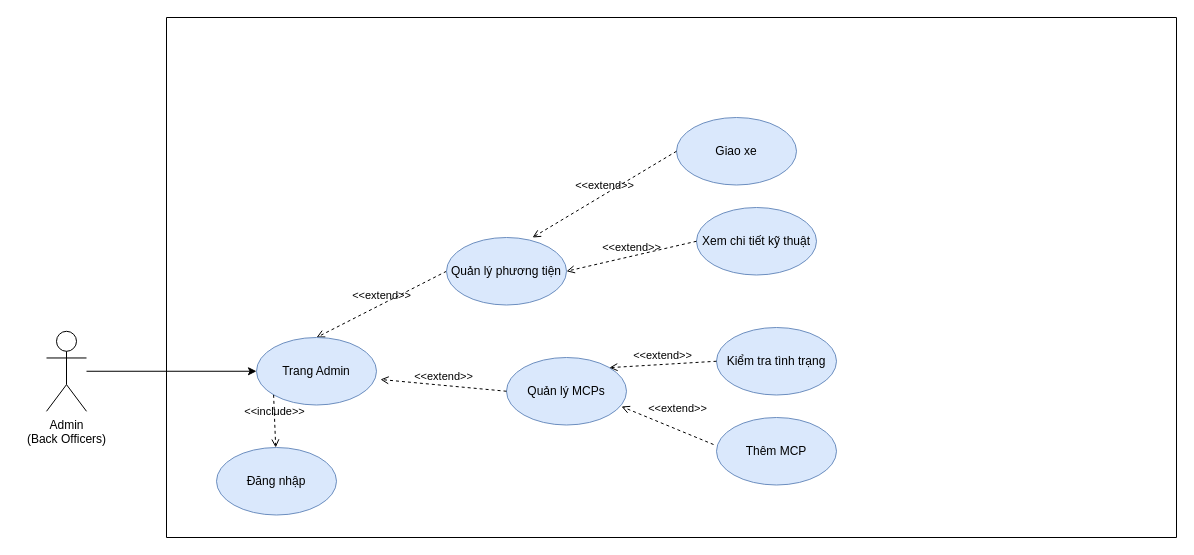
Earlier version of the draw.io diagram Task 1/1.3/Manage-Vehicles-and-MCPs.drawio (astr0tas/SE-with-Da-Bois---UWC-2.0). Source tidied: cells renumbered, new cells numbered last; positions are measured from the earlier drawing's top-left corner, leaving out a move shared by most shapes. Both pictures are drawn from the tidied source at 100%, with x=0, y=0 at pixel (46, 17).
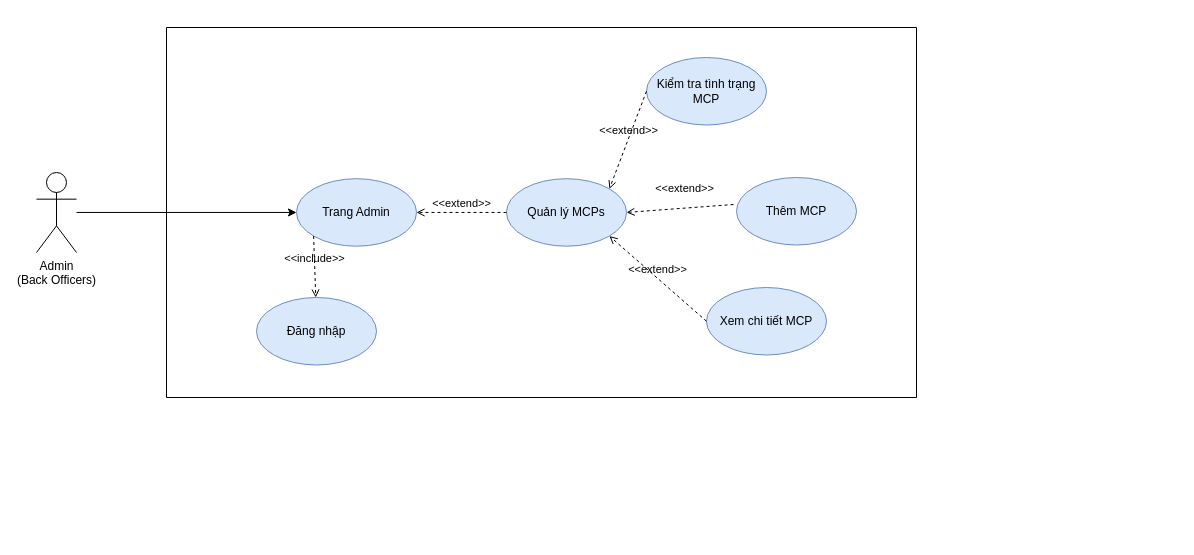
After the change.

What changed in the source:
```diff
@@
 <mxGraphModel>
   <root>
     <mxCell id="0" />
     <mxCell id="1" parent="0" />
     <mxCell id="2" style="edgeStyle=orthogonalEdgeStyle;rounded=0;jettySize=auto;html=1;entryX=0;entryY=0.5;entryDx=0;entryDy=0;" parent="1" edge="1" source="3" target="14">
       <mxGeometry relative="1" as="geometry" />
     </mxCell>
     <mxCell id="3" value="Admin&lt;br&gt;(Back Officers)" style="shape=umlActor;verticalLabelPosition=bottom;verticalAlign=top;html=1;" parent="1" vertex="1">
-      <mxGeometry y="313.8" width="40" height="80" as="geometry" />
+      <mxGeometry x="-10" y="155" width="40" height="80" as="geometry" />
     </mxCell>
     <mxCell id="4" style="swimlane;startSize=0;" parent="1" vertex="1">
-      <mxGeometry x="120" width="1010" height="520" as="geometry" />
+      <mxGeometry x="120" y="10" width="750" height="370" as="geometry" />
     </mxCell>
     <mxCell id="5" value="Đăng nhập" style="ellipse;whiteSpace=wrap;html=1;fillColor=#dae8fc;strokeColor=#6c8ebf;" parent="4" vertex="1">
-      <mxGeometry x="50" y="430" width="120" height="67.5" as="geometry" />
+      <mxGeometry x="90" y="270" width="120" height="67.5" as="geometry" />
     </mxCell>
-    <mxCell id="6" value="Xem chi tiết kỹ thuật" style="ellipse;whiteSpace=wrap;html=1;fillColor=#dae8fc;strokeColor=#6c8ebf;" parent="4" vertex="1">
-      <mxGeometry x="530" y="190" width="120" height="67.5" as="geometry" />
-    </mxCell>
-    <mxCell id="7" value="Giao xe" style="ellipse;whiteSpace=wrap;html=1;fillColor=#dae8fc;strokeColor=#6c8ebf;" parent="4" vertex="1">
-      <mxGeometry x="510" y="100" width="120" height="67.5" as="geometry" />
-    </mxCell>
     <mxCell id="8" value="Quản lý MCPs" style="ellipse;whiteSpace=wrap;html=1;fillColor=#dae8fc;strokeColor=#6c8ebf;" parent="4" vertex="1">
-      <mxGeometry x="340" y="340" width="120" height="67.5" as="geometry" />
+      <mxGeometry x="340" y="151.2" width="120" height="67.5" as="geometry" />
     </mxCell>
-    <mxCell id="9" value="Kiểm tra tình trạng" style="ellipse;whiteSpace=wrap;html=1;fillColor=#dae8fc;strokeColor=#6c8ebf;" parent="4" vertex="1">
-      <mxGeometry x="550" y="310" width="120" height="67.5" as="geometry" />
+    <mxCell id="9" value="Kiểm tra tình trạng MCP" style="ellipse;whiteSpace=wrap;html=1;fillColor=#dae8fc;strokeColor=#6c8ebf;" parent="4" vertex="1">
+      <mxGeometry x="480" y="30" width="120" height="67.5" as="geometry" />
     </mxCell>
-    <mxCell id="10" value="&amp;lt;&amp;lt;extend&amp;gt;&amp;gt;" style="html=1;verticalAlign=bottom;labelBackgroundColor=none;endArrow=open;endFill=0;dashed=1;exitX=0;exitY=0.5;exitDx=0;exitDy=0;entryX=0.5;entryY=0;entryDx=0;entryDy=0;" parent="4" edge="1" source="16" target="14">
-      <mxGeometry relative="1" as="geometry" />
-    </mxCell>
-    <mxCell id="11" value="&amp;lt;&amp;lt;extend&amp;gt;&amp;gt;" style="html=1;verticalAlign=bottom;labelBackgroundColor=none;endArrow=open;endFill=0;dashed=1;exitX=0;exitY=0.5;exitDx=0;exitDy=0;entryX=1.033;entryY=0.622;entryDx=0;entryDy=0;entryPerimeter=0;" parent="4" edge="1" source="8" target="14">
+    <mxCell id="11" value="&amp;lt;&amp;lt;extend&amp;gt;&amp;gt;" style="html=1;verticalAlign=bottom;labelBackgroundColor=none;endArrow=open;endFill=0;dashed=1;exitX=0;exitY=0.5;exitDx=0;exitDy=0;entryX=1;entryY=0.5;entryDx=0;entryDy=0;" parent="4" edge="1" source="8" target="14">
       <mxGeometry relative="1" as="geometry" />
     </mxCell>
-    <mxCell id="12" value="&amp;lt;&amp;lt;extend&amp;gt;&amp;gt;" style="html=1;verticalAlign=bottom;labelBackgroundColor=none;endArrow=open;endFill=0;dashed=1;exitX=0;exitY=0.5;exitDx=0;exitDy=0;entryX=1;entryY=0.5;entryDx=0;entryDy=0;" parent="4" edge="1" source="6" target="16">
-      <mxGeometry relative="1" as="geometry" />
-    </mxCell>
     <mxCell id="13" value="&amp;lt;&amp;lt;extend&amp;gt;&amp;gt;" style="html=1;verticalAlign=bottom;labelBackgroundColor=none;endArrow=open;endFill=0;dashed=1;exitX=0;exitY=0.5;exitDx=0;exitDy=0;entryX=1;entryY=0;entryDx=0;entryDy=0;" parent="4" edge="1" source="9" target="8">
       <mxGeometry relative="1" as="geometry" />
     </mxCell>
     <mxCell id="14" value="Trang Admin" style="ellipse;whiteSpace=wrap;html=1;fillColor=#dae8fc;strokeColor=#6c8ebf;" parent="4" vertex="1">
-      <mxGeometry x="90" y="320" width="120" height="67.5" as="geometry" />
+      <mxGeometry x="130" y="151.2" width="120" height="67.5" as="geometry" />
     </mxCell>
     <mxCell id="15" value="&amp;lt;&amp;lt;include&amp;gt;&amp;gt;" style="html=1;verticalAlign=bottom;labelBackgroundColor=none;endArrow=open;endFill=0;dashed=1;exitX=0;exitY=1;exitDx=0;exitDy=0;" parent="4" edge="1" source="14" target="5">
       <mxGeometry relative="1" as="geometry" />
     </mxCell>
-    <mxCell id="16" value="&lt;div&gt;&lt;span&gt;Quản lý phương tiện&lt;/span&gt;&lt;/div&gt;" style="ellipse;whiteSpace=wrap;html=1;align=center;fillColor=#dae8fc;strokeColor=#6c8ebf;" parent="4" vertex="1">
-      <mxGeometry x="280" y="220" width="120" height="67.5" as="geometry" />
-    </mxCell>
-    <mxCell id="17" value="&amp;lt;&amp;lt;extend&amp;gt;&amp;gt;" style="html=1;verticalAlign=bottom;labelBackgroundColor=none;endArrow=open;endFill=0;dashed=1;exitX=0;exitY=0.5;exitDx=0;exitDy=0;entryX=0.717;entryY=0;entryDx=0;entryDy=0;entryPerimeter=0;" parent="4" edge="1" source="7" target="16">
-      <mxGeometry relative="1" as="geometry" />
-    </mxCell>
     <mxCell id="18" value="Thêm MCP" style="ellipse;whiteSpace=wrap;html=1;fillColor=#dae8fc;strokeColor=#6c8ebf;" parent="4" vertex="1">
-      <mxGeometry x="550" y="400" width="120" height="67.5" as="geometry" />
+      <mxGeometry x="570" y="150" width="120" height="67.5" as="geometry" />
     </mxCell>
-    <mxCell id="19" value="&amp;lt;&amp;lt;extend&amp;gt;&amp;gt;" style="html=1;verticalAlign=bottom;labelBackgroundColor=none;endArrow=open;endFill=0;dashed=1;exitX=-0.025;exitY=0.4;exitDx=0;exitDy=0;entryX=0.958;entryY=0.726;entryDx=0;entryDy=0;entryPerimeter=0;exitPerimeter=0;" parent="4" edge="1" source="18" target="8">
+    <mxCell id="19" value="&amp;lt;&amp;lt;extend&amp;gt;&amp;gt;" style="html=1;verticalAlign=bottom;labelBackgroundColor=none;endArrow=open;endFill=0;dashed=1;exitX=-0.025;exitY=0.4;exitDx=0;exitDy=0;entryX=1;entryY=0.5;entryDx=0;entryDy=0;exitPerimeter=0;" parent="4" edge="1" source="18" target="8">
       <mxGeometry x="-0.11" y="-11" relative="1" as="geometry" />
     </mxCell>
+    <mxCell id="20" value="Xem chi tiết MCP" style="ellipse;whiteSpace=wrap;html=1;fillColor=#dae8fc;strokeColor=#6c8ebf;" parent="4" vertex="1">
+      <mxGeometry x="540" y="260" width="120" height="67.5" as="geometry" />
+    </mxCell>
+    <mxCell id="21" value="&amp;lt;&amp;lt;extend&amp;gt;&amp;gt;" style="html=1;verticalAlign=bottom;labelBackgroundColor=none;endArrow=open;endFill=0;dashed=1;exitX=0;exitY=0.5;exitDx=0;exitDy=0;entryX=1;entryY=1;entryDx=0;entryDy=0;" parent="4" edge="1" source="20" target="8">
+      <mxGeometry relative="1" as="geometry" />
+    </mxCell>
   </root>
 </mxGraphModel>
```
